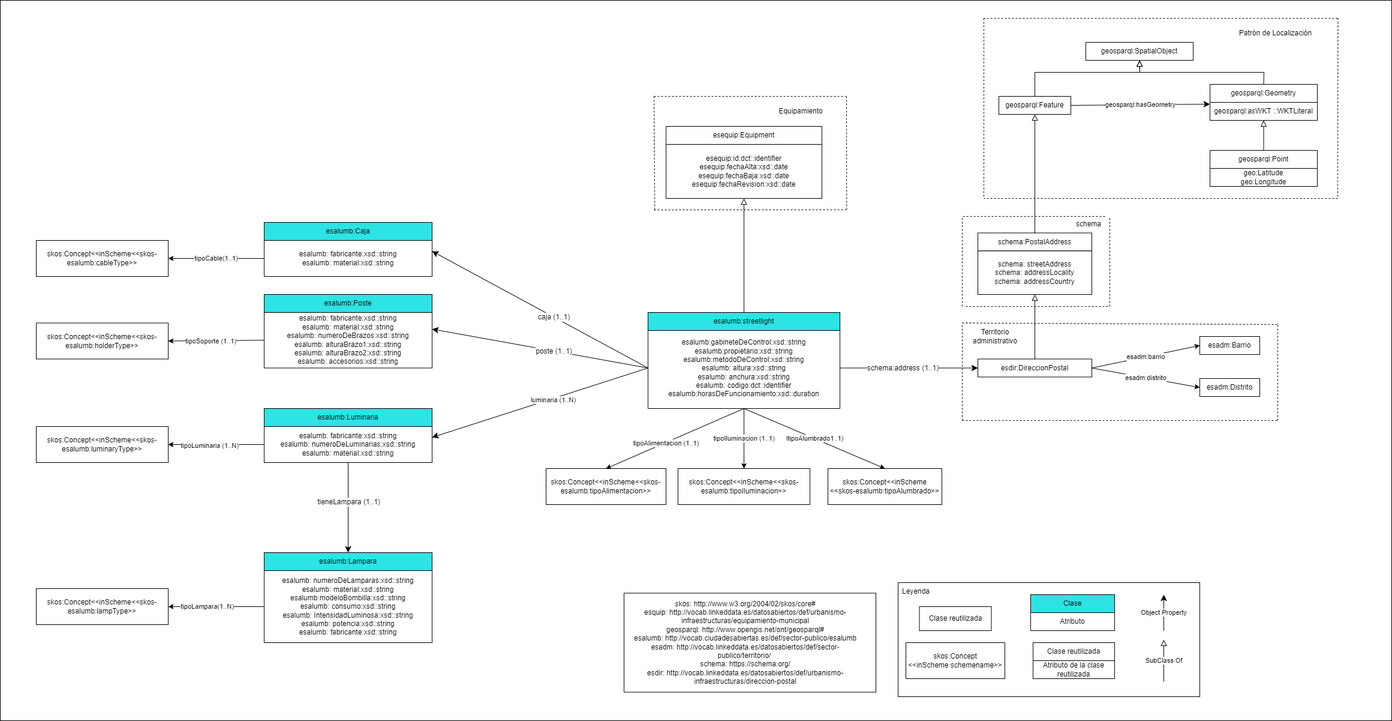
Earlier version of the draw.io export v1.0-rc/ontology/images/Español/Diagrama Alumbrado.png (opencitydata/urbanismo-infraestructuras-alumbrado-publico). Source tidied: cells renumbered, new cells last; positions are measured from the earlier drawing's top-left corner, leaving out a move shared by most shapes.
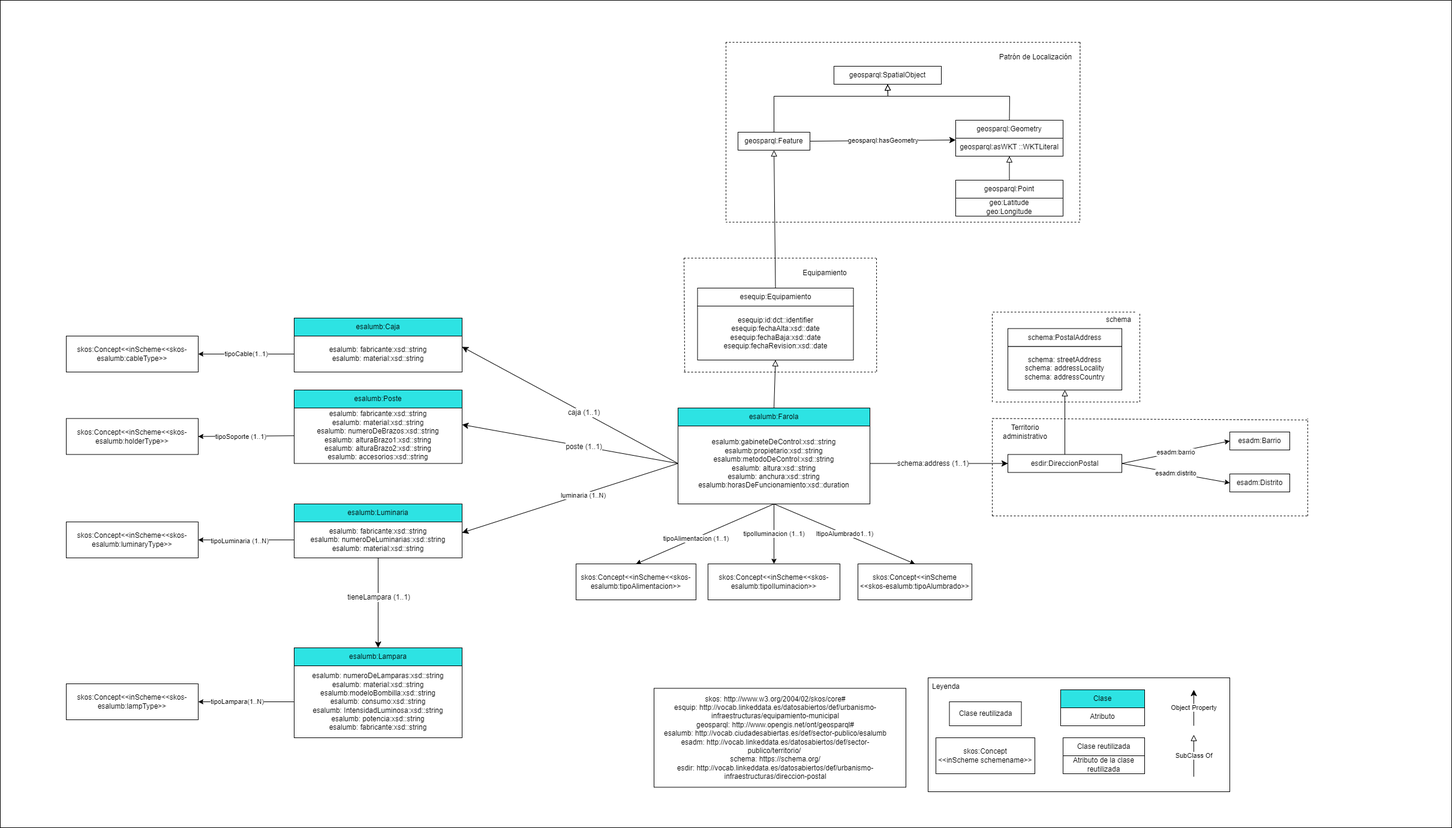
Later version of the same file.

Change to the diagram source:
```diff
@@ -2,13 +2,13 @@
   <root>
     <mxCell id="0" />
     <mxCell id="1" parent="0" />
-    <mxCell id="2" style="rounded=0;whiteSpace=wrap;html=1;" parent="1" vertex="1">
-      <mxGeometry width="2320" height="1200" as="geometry" />
-    </mxCell>
+    <mxCell id="97" style="rounded=0;whiteSpace=wrap;html=1;" parent="1" vertex="1">
+      <mxGeometry x="-50" y="-160" width="2420" height="1380" as="geometry" />
+    </mxCell>
-    <mxCell id="3" value="&lt;span&gt;esalumb:gabineteDeControl:xsd::string&lt;/span&gt;&lt;u&gt;&lt;br&gt;&lt;/u&gt;esalumb:propietario:xsd::string&lt;br&gt;esalumb:metodoDeControl:xsd::string&lt;br&gt;esalumb: altura:xsd::string&lt;br&gt;esalumb: anchura:xsd::string&lt;br&gt;esalumb: codigo:dct::identifier&lt;br&gt;esalumb:horasDeFuncionamiento:xsd::duration&lt;span&gt;&lt;br&gt;&lt;/span&gt;" style="rounded=0;whiteSpace=wrap;html=1;snapToPoint=1;points=[[0.1,0],[0.2,0],[0.3,0],[0.4,0],[0.5,0],[0.6,0],[0.7,0],[0.8,0],[0.9,0],[0,0.1],[0,0.3],[0,0.5],[0,0.7],[0,0.9],[0.1,1],[0.2,1],[0.3,1],[0.4,1],[0.5,1],[0.6,1],[0.7,1],[0.8,1],[0.9,1],[1,0.1],[1,0.3],[1,0.5],[1,0.7],[1,0.9]];" parent="1" vertex="1">
+    <mxCell id="3" value="&lt;span&gt;esalumb:gabineteDeControl:xsd::string&lt;/span&gt;&lt;u&gt;&lt;br&gt;&lt;/u&gt;esalumb:propietario:xsd::string&lt;br&gt;esalumb:metodoDeControl:xsd::string&lt;br&gt;esalumb: altura:xsd::string&lt;br&gt;esalumb: anchura:xsd::string&lt;br&gt;esalumb:horasDeFuncionamiento:xsd::duration&lt;span&gt;&lt;br&gt;&lt;/span&gt;" style="rounded=0;whiteSpace=wrap;html=1;snapToPoint=1;points=[[0.1,0],[0.2,0],[0.3,0],[0.4,0],[0.5,0],[0.6,0],[0.7,0],[0.8,0],[0.9,0],[0,0.1],[0,0.3],[0,0.5],[0,0.7],[0,0.9],[0.1,1],[0.2,1],[0.3,1],[0.4,1],[0.5,1],[0.6,1],[0.7,1],[0.8,1],[0.9,1],[1,0.1],[1,0.3],[1,0.5],[1,0.7],[1,0.9]];" parent="1" vertex="1">
       <mxGeometry x="1080" y="545" width="320" height="135" as="geometry" />
     </mxCell>
-    <mxCell id="4" value="esalumb:streetlight" style="rounded=0;whiteSpace=wrap;html=1;snapToPoint=1;points=[[0.1,0],[0.2,0],[0.3,0],[0.4,0],[0.5,0],[0.6,0],[0.7,0],[0.8,0],[0.9,0],[0,0.1],[0,0.3],[0,0.5],[0,0.7],[0,0.9],[0.1,1],[0.2,1],[0.3,1],[0.4,1],[0.5,1],[0.6,1],[0.7,1],[0.8,1],[0.9,1],[1,0.1],[1,0.3],[1,0.5],[1,0.7],[1,0.9]];fillColor=#2DE3E3;" parent="1" vertex="1">
+    <mxCell id="4" value="esalumb:Farola" style="rounded=0;whiteSpace=wrap;html=1;snapToPoint=1;points=[[0.1,0],[0.2,0],[0.3,0],[0.4,0],[0.5,0],[0.6,0],[0.7,0],[0.8,0],[0.9,0],[0,0.1],[0,0.3],[0,0.5],[0,0.7],[0,0.9],[0.1,1],[0.2,1],[0.3,1],[0.4,1],[0.5,1],[0.6,1],[0.7,1],[0.8,1],[0.9,1],[1,0.1],[1,0.3],[1,0.5],[1,0.7],[1,0.9]];fillColor=#2DE3E3;" parent="1" vertex="1">
       <mxGeometry x="1080" y="520" width="320" height="30" as="geometry" />
     </mxCell>
     <mxCell id="5" value="esdir:DireccionPostal" style="rounded=0;whiteSpace=wrap;html=1;snapToPoint=1;points=[[0.1,0],[0.2,0],[0.3,0],[0.4,0],[0.5,0],[0.6,0],[0.7,0],[0.8,0],[0.9,0],[0,0.1],[0,0.3],[0,0.5],[0,0.7],[0,0.9],[0.1,1],[0.2,1],[0.3,1],[0.4,1],[0.5,1],[0.6,1],[0.7,1],[0.8,1],[0.9,1],[1,0.1],[1,0.3],[1,0.5],[1,0.7],[1,0.9]];fillColor=#FFFFFF;" parent="1" vertex="1">
@@ -70,13 +70,13 @@
       <mxGeometry x="-0.12" y="2" relative="1" as="geometry" />
     </mxCell>
     <mxCell id="23" value="geosparql:Feature" style="rounded=0;whiteSpace=wrap;html=1;snapToPoint=1;points=[[0.1,0],[0.2,0],[0.3,0],[0.4,0],[0.5,0],[0.6,0],[0.7,0],[0.8,0],[0.9,0],[0,0.1],[0,0.3],[0,0.5],[0,0.7],[0,0.9],[0.1,1],[0.2,1],[0.3,1],[0.4,1],[0.5,1],[0.6,1],[0.7,1],[0.8,1],[0.9,1],[1,0.1],[1,0.3],[1,0.5],[1,0.7],[1,0.9]];" parent="1" vertex="1">
-      <mxGeometry x="1665" y="160" width="120" height="30" as="geometry" />
+      <mxGeometry x="1180" y="60" width="120" height="30" as="geometry" />
     </mxCell>
     <mxCell id="24" value="geosparql:asWKT ::WKTLiteral" style="rounded=0;whiteSpace=wrap;html=1;snapToPoint=1;points=[[0.1,0],[0.2,0],[0.3,0],[0.4,0],[0.5,0],[0.6,0],[0.7,0],[0.8,0],[0.9,0],[0,0.1],[0,0.3],[0,0.5],[0,0.7],[0,0.9],[0.1,1],[0.2,1],[0.3,1],[0.4,1],[0.5,1],[0.6,1],[0.7,1],[0.8,1],[0.9,1],[1,0.1],[1,0.3],[1,0.5],[1,0.7],[1,0.9]];" parent="1" vertex="1">
-      <mxGeometry x="2017" y="170" width="179" height="30" as="geometry" />
+      <mxGeometry x="1543" y="70" width="179" height="30" as="geometry" />
     </mxCell>
     <mxCell id="25" value="geosparql:Geometry" style="rounded=0;whiteSpace=wrap;html=1;snapToPoint=1;points=[[0.1,0],[0.2,0],[0.3,0],[0.4,0],[0.5,0],[0.6,0],[0.7,0],[0.8,0],[0.9,0],[0,0.1],[0,0.3],[0,0.5],[0,0.7],[0,0.9],[0.1,1],[0.2,1],[0.3,1],[0.4,1],[0.5,1],[0.6,1],[0.7,1],[0.8,1],[0.9,1],[1,0.1],[1,0.3],[1,0.5],[1,0.7],[1,0.9]];" parent="1" vertex="1">
-      <mxGeometry x="2017" y="140" width="179" height="30" as="geometry" />
+      <mxGeometry x="1543" y="40" width="179" height="30" as="geometry" />
     </mxCell>
     <mxCell id="26" style="endArrow=block;html=1;fontColor=#000099;endFill=0;endSize=8;arcSize=0;rounded=0;entryX=0.5;entryY=1;entryDx=0;entryDy=0;exitX=0.5;exitY=0;exitDx=0;exitDy=0;" parent="1" edge="1" source="29" target="24">
       <mxGeometry relative="1" as="geometry" />
@@ -85,13 +85,13 @@
       <mxGeometry relative="1" as="geometry" />
     </mxCell>
     <mxCell id="28" value="geo:Latitude&lt;br&gt;geo:Longitude" style="rounded=0;whiteSpace=wrap;html=1;" parent="1" vertex="1">
-      <mxGeometry x="2017" y="280" width="179" height="30" as="geometry" />
+      <mxGeometry x="1543" y="170" width="179" height="30" as="geometry" />
     </mxCell>
     <mxCell id="29" value="geosparql:Point" style="rounded=0;whiteSpace=wrap;html=1;snapToPoint=1;points=[[0.1,0],[0.2,0],[0.3,0],[0.4,0],[0.5,0],[0.6,0],[0.7,0],[0.8,0],[0.9,0],[0,0.1],[0,0.3],[0,0.5],[0,0.7],[0,0.9],[0.1,1],[0.2,1],[0.3,1],[0.4,1],[0.5,1],[0.6,1],[0.7,1],[0.8,1],[0.9,1],[1,0.1],[1,0.3],[1,0.5],[1,0.7],[1,0.9]];" parent="1" vertex="1">
-      <mxGeometry x="2017" y="250" width="179" height="30" as="geometry" />
+      <mxGeometry x="1543" y="140" width="179" height="30" as="geometry" />
     </mxCell>
     <mxCell id="30" value="geosparql:SpatialObject" style="rounded=0;whiteSpace=wrap;html=1;snapToPoint=1;points=[[0.1,0],[0.2,0],[0.3,0],[0.4,0],[0.5,0],[0.6,0],[0.7,0],[0.8,0],[0.9,0],[0,0.1],[0,0.3],[0,0.5],[0,0.7],[0,0.9],[0.1,1],[0.2,1],[0.3,1],[0.4,1],[0.5,1],[0.6,1],[0.7,1],[0.8,1],[0.9,1],[1,0.1],[1,0.3],[1,0.5],[1,0.7],[1,0.9]];" parent="1" vertex="1">
-      <mxGeometry x="1810" y="70" width="179" height="30" as="geometry" />
+      <mxGeometry x="1340" y="-50" width="179" height="30" as="geometry" />
     </mxCell>
     <mxCell id="31" style="rounded=0;whiteSpace=wrap;html=1;" parent="1" vertex="1">
       <mxGeometry x="1497" y="970" width="503" height="190" as="geometry" />
@@ -126,8 +126,8 @@
     <mxCell id="39" value="Leyenda" style="text;html=1;strokeColor=none;fillColor=none;align=center;verticalAlign=middle;whiteSpace=wrap;rounded=0;" parent="1" vertex="1">
       <mxGeometry x="1497" y="970" width="60" height="30" as="geometry" />
     </mxCell>
-    <mxCell id="40" value="esequip:Equipment" style="rounded=0;whiteSpace=wrap;html=1;snapToPoint=1;points=[[0.1,0],[0.2,0],[0.3,0],[0.4,0],[0.5,0],[0.6,0],[0.7,0],[0.8,0],[0.9,0],[0,0.1],[0,0.3],[0,0.5],[0,0.7],[0,0.9],[0.1,1],[0.2,1],[0.3,1],[0.4,1],[0.5,1],[0.6,1],[0.7,1],[0.8,1],[0.9,1],[1,0.1],[1,0.3],[1,0.5],[1,0.7],[1,0.9]];" parent="1" vertex="1">
-      <mxGeometry x="1110.1" y="210" width="259.9" height="30" as="geometry" />
+    <mxCell id="40" value="esequip:Equipamiento" style="rounded=0;whiteSpace=wrap;html=1;snapToPoint=1;points=[[0.1,0],[0.2,0],[0.3,0],[0.4,0],[0.5,0],[0.6,0],[0.7,0],[0.8,0],[0.9,0],[0,0.1],[0,0.3],[0,0.5],[0,0.7],[0,0.9],[0.1,1],[0.2,1],[0.3,1],[0.4,1],[0.5,1],[0.6,1],[0.7,1],[0.8,1],[0.9,1],[1,0.1],[1,0.3],[1,0.5],[1,0.7],[1,0.9]];" parent="1" vertex="1">
+      <mxGeometry x="1112.6" y="320" width="259.9" height="30" as="geometry" />
     </mxCell>
     <mxCell id="41" style="endArrow=classic;html=1;exitX=0.5;exitY=1;exitDx=0;exitDy=0;entryX=0.5;entryY=0;entryDx=0;entryDy=0;endSize=8;arcSize=0;rounded=0;" parent="1" edge="1" source="11" target="14">
       <mxGeometry relative="1" as="geometry" />
@@ -139,13 +139,13 @@
       <mxGeometry relative="1" as="geometry" />
     </mxCell>
     <mxCell id="44" value="Patrón de Localización" style="text;html=1;strokeColor=none;fillColor=none;align=center;verticalAlign=middle;whiteSpace=wrap;rounded=0;" parent="1" vertex="1">
-      <mxGeometry x="2055.5" y="40" width="140.5" height="30" as="geometry" />
+      <mxGeometry x="1606" y="-80" width="140.5" height="30" as="geometry" />
     </mxCell>
     <mxCell id="45" value="Equipamiento" style="text;html=1;strokeColor=none;fillColor=none;align=center;verticalAlign=middle;whiteSpace=wrap;rounded=0;" parent="1" vertex="1">
-      <mxGeometry x="1280" y="170" width="110" height="30" as="geometry" />
+      <mxGeometry x="1270" y="280" width="110" height="30" as="geometry" />
     </mxCell>
     <mxCell id="46" value="esequip:id:dct::identifier&lt;br&gt;esequip:fechaAlta:xsd::date&lt;br&gt;esequip:fechaBaja:xsd::date&lt;br&gt;esequip:fechaRevision:xsd::date" style="rounded=0;whiteSpace=wrap;html=1;snapToPoint=1;points=[[0.1,0],[0.2,0],[0.3,0],[0.4,0],[0.5,0],[0.6,0],[0.7,0],[0.8,0],[0.9,0],[0,0.1],[0,0.3],[0,0.5],[0,0.7],[0,0.9],[0.1,1],[0.2,1],[0.3,1],[0.4,1],[0.5,1],[0.6,1],[0.7,1],[0.8,1],[0.9,1],[1,0.1],[1,0.3],[1,0.5],[1,0.7],[1,0.9]];" parent="1" vertex="1">
-      <mxGeometry x="1110.1" y="240" width="259.9" height="90" as="geometry" />
+      <mxGeometry x="1112.6" y="350" width="259.9" height="90" as="geometry" />
     </mxCell>
     <mxCell id="47" value="skos:Concept&amp;lt;&amp;lt;inScheme&amp;lt;&amp;lt;skos-esalumb:tipoIluminacion&amp;gt;&amp;gt;" style="rounded=0;whiteSpace=wrap;html=1;" parent="1" vertex="1">
       <mxGeometry x="1130" y="780" width="220" height="60" as="geometry" />
@@ -215,53 +215,53 @@
     </mxCell>
     <mxCell id="67" style="endArrow=none;dashed=1;html=1;rounded=0;" parent="1" edge="1">
       <mxGeometry relative="1" as="geometry">
-        <mxPoint x="1090" y="160" as="sourcePoint" />
-        <mxPoint x="1410" y="160" as="targetPoint" />
+        <mxPoint x="1090" y="270" as="sourcePoint" />
+        <mxPoint x="1410" y="270" as="targetPoint" />
         <Array as="points">
-          <mxPoint x="1170" y="160" />
+          <mxPoint x="1170" y="270" />
         </Array>
       </mxGeometry>
     </mxCell>
     <mxCell id="68" style="endArrow=none;dashed=1;html=1;rounded=0;exitX=0.348;exitY=0.107;exitDx=0;exitDy=0;exitPerimeter=0;" parent="1" edge="1">
       <mxGeometry relative="1" as="geometry">
-        <mxPoint x="1090" y="349.2" as="sourcePoint" />
-        <mxPoint x="1410" y="349" as="targetPoint" />
+        <mxPoint x="1090" y="460.2" as="sourcePoint" />
+        <mxPoint x="1410" y="460" as="targetPoint" />
       </mxGeometry>
     </mxCell>
     <mxCell id="69" style="endArrow=none;dashed=1;html=1;rounded=0;" parent="1" edge="1">
       <mxGeometry relative="1" as="geometry">
-        <mxPoint x="1090" y="160" as="sourcePoint" />
-        <mxPoint x="1091.2" y="350" as="targetPoint" />
+        <mxPoint x="1090" y="270" as="sourcePoint" />
+        <mxPoint x="1091.2" y="460" as="targetPoint" />
       </mxGeometry>
     </mxCell>
     <mxCell id="70" style="endArrow=none;dashed=1;html=1;rounded=0;" parent="1" edge="1">
       <mxGeometry relative="1" as="geometry">
-        <mxPoint x="1411" y="160" as="sourcePoint" />
-        <mxPoint x="1411.2" y="349.8" as="targetPoint" />
+        <mxPoint x="1411" y="270.2" as="sourcePoint" />
+        <mxPoint x="1411.2" y="460" as="targetPoint" />
       </mxGeometry>
     </mxCell>
     <mxCell id="71" style="endArrow=none;dashed=1;html=1;rounded=0;exitX=0.478;exitY=0.076;exitDx=0;exitDy=0;exitPerimeter=0;entryX=0.478;entryY=0.305;entryDx=0;entryDy=0;entryPerimeter=0;" parent="1" edge="1">
       <mxGeometry relative="1" as="geometry">
-        <mxPoint x="1640" y="30" as="sourcePoint" />
-        <mxPoint x="1640" y="330" as="targetPoint" />
+        <mxPoint x="1160" y="-90" as="sourcePoint" />
+        <mxPoint x="1160" y="210" as="targetPoint" />
       </mxGeometry>
     </mxCell>
     <mxCell id="72" style="endArrow=none;dashed=1;html=1;rounded=0;" parent="1" edge="1">
       <mxGeometry relative="1" as="geometry">
-        <mxPoint x="2230.4" y="30" as="sourcePoint" />
-        <mxPoint x="2230" y="330" as="targetPoint" />
+        <mxPoint x="1750.4" y="-90" as="sourcePoint" />
+        <mxPoint x="1750" y="210" as="targetPoint" />
       </mxGeometry>
     </mxCell>
     <mxCell id="73" style="endArrow=none;dashed=1;html=1;rounded=0;" parent="1" edge="1">
       <mxGeometry relative="1" as="geometry">
-        <mxPoint x="2230" y="330" as="sourcePoint" />
-        <mxPoint x="1640" y="330" as="targetPoint" />
+        <mxPoint x="1750" y="210" as="sourcePoint" />
+        <mxPoint x="1160" y="210" as="targetPoint" />
       </mxGeometry>
     </mxCell>
     <mxCell id="74" style="endArrow=none;dashed=1;html=1;rounded=0;" parent="1" edge="1">
       <mxGeometry relative="1" as="geometry">
-        <mxPoint x="2230" y="30" as="sourcePoint" />
-        <mxPoint x="1640" y="30" as="targetPoint" />
+        <mxPoint x="1750" y="-90" as="sourcePoint" />
+        <mxPoint x="1160" y="-90" as="targetPoint" />
       </mxGeometry>
     </mxCell>
     <mxCell id="75" style="rounded=0;whiteSpace=wrap;html=1;" parent="1" vertex="1">
@@ -279,7 +279,7 @@
     <mxCell id="79" style="endArrow=block;html=1;fontColor=#000099;endFill=0;endSize=8;arcSize=0;rounded=0;entryX=0.5;entryY=1;entryDx=0;entryDy=0;exitX=0.5;exitY=0;exitDx=0;exitDy=0;" parent="1" edge="1" source="5" target="78">
       <mxGeometry relative="1" as="geometry" />
     </mxCell>
-    <mxCell id="80" style="endArrow=block;html=1;fontColor=#000099;endFill=0;endSize=8;arcSize=0;rounded=0;entryX=0.5;entryY=1;entryDx=0;entryDy=0;" parent="1" edge="1" source="77" target="23">
+    <mxCell id="80" style="endArrow=block;html=1;fontColor=#000099;endFill=0;endSize=8;arcSize=0;rounded=0;entryX=0.5;entryY=1;entryDx=0;entryDy=0;exitX=0.5;exitY=0;exitDx=0;exitDy=0;" parent="1" edge="1" source="40" target="23">
       <mxGeometry relative="1" as="geometry" />
     </mxCell>
     <mxCell id="81" value="esadm:Barrio" style="rounded=0;whiteSpace=wrap;html=1;snapToPoint=1;points=[[0.1,0],[0.2,0],[0.3,0],[0.4,0],[0.5,0],[0.6,0],[0.7,0],[0.8,0],[0.9,0],[0,0.1],[0,0.3],[0,0.5],[0,0.7],[0,0.9],[0.1,1],[0.2,1],[0.3,1],[0.4,1],[0.5,1],[0.6,1],[0.7,1],[0.8,1],[0.9,1],[1,0.1],[1,0.3],[1,0.5],[1,0.7],[1,0.9]];fillColor=#FFFFFF;" parent="1" vertex="1">
@@ -321,22 +321,6 @@
     <mxCell id="89" value="Territorio administrativo" style="text;html=1;strokeColor=none;fillColor=none;align=center;verticalAlign=middle;whiteSpace=wrap;rounded=0;" parent="1" vertex="1">
       <mxGeometry x="1604" y="545" width="110" height="30" as="geometry" />
     </mxCell>
-    <mxCell id="90" style="endArrow=block;html=1;fontColor=#000099;endFill=0;endSize=8;arcSize=0;rounded=0;entryX=0.5;entryY=1;entryDx=0;entryDy=0;exitX=0.5;exitY=0;exitDx=0;exitDy=0;" parent="1" edge="1" source="23" target="30">
-      <mxGeometry relative="1" as="geometry">
-        <Array as="points">
-          <mxPoint x="1725" y="120" />
-          <mxPoint x="1900" y="120" />
-        </Array>
-      </mxGeometry>
-    </mxCell>
-    <mxCell id="91" style="endArrow=block;html=1;fontColor=#000099;endFill=0;endSize=8;arcSize=0;rounded=0;entryX=0.5;entryY=1;entryDx=0;entryDy=0;exitX=0.5;exitY=0;exitDx=0;exitDy=0;" parent="1" edge="1" source="25" target="30">
-      <mxGeometry relative="1" as="geometry">
-        <Array as="points">
-          <mxPoint x="2107" y="120" />
-          <mxPoint x="1900" y="120" />
-        </Array>
-      </mxGeometry>
-    </mxCell>
     <mxCell id="92" style="endArrow=none;dashed=1;html=1;rounded=0;" parent="1" edge="1">
       <mxGeometry relative="1" as="geometry">
         <mxPoint x="1850" y="510" as="sourcePoint" />
@@ -364,5 +348,21 @@
     <mxCell id="96" value="schema" style="text;html=1;strokeColor=none;fillColor=none;align=center;verticalAlign=middle;whiteSpace=wrap;rounded=0;" parent="1" vertex="1">
       <mxGeometry x="1785" y="357.5" width="60" height="30" as="geometry" />
     </mxCell>
+    <mxCell id="90" style="endArrow=block;html=1;fontColor=#000099;endFill=0;endSize=8;arcSize=0;rounded=0;entryX=0.5;entryY=1;entryDx=0;entryDy=0;exitX=0.5;exitY=0;exitDx=0;exitDy=0;" parent="1" edge="1" source="23" target="30">
+      <mxGeometry relative="1" as="geometry">
+        <Array as="points">
+          <mxPoint x="1240" />
+          <mxPoint x="1430" />
+        </Array>
+      </mxGeometry>
+    </mxCell>
+    <mxCell id="91" style="endArrow=block;html=1;fontColor=#000099;endFill=0;endSize=8;arcSize=0;rounded=0;entryX=0.5;entryY=1;entryDx=0;entryDy=0;exitX=0.5;exitY=0;exitDx=0;exitDy=0;" parent="1" edge="1" source="25" target="30">
+      <mxGeometry relative="1" as="geometry">
+        <Array as="points">
+          <mxPoint x="1633" />
+          <mxPoint x="1430" />
+        </Array>
+      </mxGeometry>
+    </mxCell>
   </root>
 </mxGraphModel>
```
